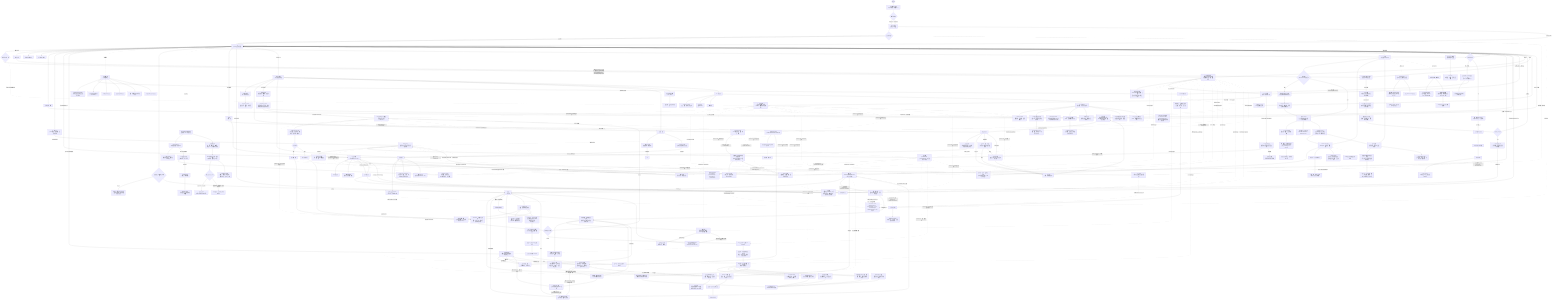
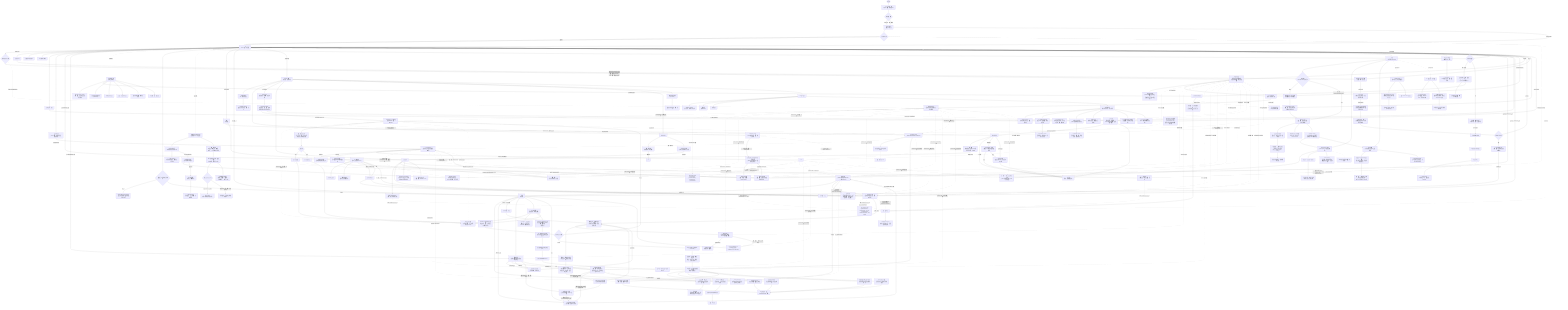
flowchart TD
    A([앱 실행]) --> LANG["기기 언어 자동 적용<br/>ko/ja/en 지원 · 미지원 시 en"]
    LANG --> B{최초 실행 여부}
    B -->|최초 실행| SPLASH["A1 스플래시<br/>브랜드 1회 노출"]
    SPLASH --> TOKEN{유효 계정 토큰?}
    TOKEN -->|없음| D["홈<br/>(Guest 모드 · 하단 탭)"]
    TOKEN -->|있음| D
    TOKEN -.->|계정·권한·구독 복원| SESSION["SESSION STATE<br/>accountLinked · permissionReady · locationReady · premiumActive"]
    TOKEN -.->|설정 복원| SETTINGS["SETTINGS STATE<br/>styleProfileSaved · selectedStyles · fit · age · locationManaged<br/>smartCareEnabled · alert toggles"]
    SPLASH -->|프리뷰 홈 이동| D
    D --> AUTHGATE{계정 필요 기능 탭?}
    AUTHGATE -->|계정 연결·코디 저장·옷장 저장·장소 저장·알림 추가·여행 저장·프리미엄·Weather Note 작성·날씨 제보 저장| AUTH2["A2 계정 연결<br/>계정 환경 기반 자동추천<br/>국가 선택 미노출 · 다른 방법 보기"]
    AUTH2 --> AUTH2s["계정 연결 상태<br/>(Route State에 호출 액션 유지<br/>검증용 정보는 실제 UI 비노출)"]
    AUTH2 -->|로그인 수단 선택| AUTH3["A3 약관 동의<br/>(필수 3종 + 선택 1종)"]
    AUTH2 -->|나중에| D
-     AUTH3 --> AUTH3s["약관 상태<br/>(필수 완료/대기 · 선택 ON/OFF · 원래 액션 복귀 예정)"]
-     AUTH3 -->|동의하고 계속 · 권한 미완료| C1["O3 앱 준비 권한<br/>(계정 직후 위치+알림 통합 요청)"]
-     AUTH3 -->|동의하고 계속 · 권한 완료| D
+     AUTH3 -->|동의하고 계속| AUTH3s["계정 설정 완료<br/>(필수 약관 완료 · 원래 기능 복귀 예정)"]
+     AUTH3 -->|일반 계정 연결 완료| D
    AUTH3s -.->|accountLinked 유지| SESSION
    AUTH3s -.->|실제 구현 원래 액션 복귀| AUTHGATE
    AUTH3s -.->|pendingAction=프리미엄 진입| SUB
    AUTH3s -.->|returnTo=P1 · resumeSave| P1s
    D -->|선택 온보딩| C[온보딩 시작]
    C --> CSTART["O1 선택 온보딩 스플래시<br/>(온보딩 시작 / 홈으로)"]
    CSTART -->|온보딩 시작| C0["온보딩 소개<br/>(4대 기능 한눈 비교 + 기능별 상세 안내)"]
    CSTART -->|홈으로| D
    C0 -->|알림 기준 보기| C4
-     C1 -->|위치·알림 허용 또는 나중에 설정| C2s["권한 상태<br/>(locationReady · permissionReady · 수동 위치/푸시 대기)"]
    C2["O3 권한 복구<br/>(설정 진입 시 필요한 권한만 재요청)"]
    C2 -->|허용 또는 나중에 설정| C2s
-     C1 -->|위치 거부| C1d["위치 거부 상태<br/>검색 위치·앱 내 안내 유지"]
+     C2 -->|위치 거부| C1d["위치 거부 상태<br/>검색 위치·앱 내 안내 유지"]
    C2 -->|알림 거부| C2d["알림 거부 상태<br/>푸시 제한 · M2/M3에서 재요청"]
    C2s -.->|locationReady · permissionReady 유지| SESSION
-     C2s -.->|계정 직후 권한 준비 완료| AUTH3s
+     C2s -.->|기능별 권한 복구 완료| AUTH3s
    C3["스타일 태그·코디 핏·추천 연령대 선택<br/>(MVP 온보딩 제외 · MY 설정 진입 전용)"]
    C3 --> C3s["추천 기준 상태<br/>(태그 수 · 핏 · 연령대 · READY/WAIT)"]
    C3s -.->|styleProfileSaved · selectedStyles · fit · age| SETTINGS
    C4["O5 스마트 알림 기준 설정<br/>(주 사용 상황 1개 선택 + 자동 적용 요약)"]
    C4 --> C4s["알아서 챙기기 상태<br/>(상황 · 필수 날씨 ON · 목적지 확장 예정)"]
    C4s --> C5{목적지 등록 선택}
    C5 -->|건너뛰기| D
    C5 -->|등록| C6["O6 목적지 등록<br/>(선택 설정 + 목적지 알림 기준 세분화)"]
    C6 -->|목적지 등록| I
    B -->|기존 사용자| SPLASH

    D --> D1[현재 날씨 정보 표시]
    D --> D2["시간별 / 주간 예보"]
    D --> D3[위치 검색 · 변경]
    D3 --> D3s["LOCATION STATE<br/>선택 위치 · 검색어 · Guest 임시 검색 · 계정 저장 상태"]
    D3s -.->|새 위치 저장| AUTH2
    AUTH3s -.->|returnTo=H2 · 위치 저장 완료| D3s
    D3s --> D
    D --> D0s["홈 상태 요약<br/>(Guest 열람 · 위치 정상 · 알림 설정 전)"]
    D0s -->|알림 설정 전 탭| C2
    D -->|홈 코디 추천 카드 탭| E1
    D -->|홈 AI 장소 추천 카드 탭| P3
    D -.->|벨 아이콘| K["알림 사이드바<br/>(우측 슬라이드)"]
    K --> Ks["NOTIFICATION STATE<br/>선택 알림 · 읽음/미읽음 · 딥링크 대상"]
    K -->|우산 추천 알림 탭| F

    D --> D4{강수 확률 높음?}
    D4 -->|예 + 미확인| D5["홈 화면에 우산 추천 카드 표시<br/>(실시간 의사결정 카드)"]
    D5 --> D5a["우산 추천 푸시/알림 이력<br/>(H3에 보관)"]
    D5 -->|카드 탭 · umbrellaSignalReviewed| F[우산 추천 상세 화면]
    F --> F1["추천 이유 · 시간대별 강수확률<br/>(강수량 · 지속시간 · 풍속 기준)"]
    F1 --> F2[우산 종류 비교]
    F2 --> Fs["UMBRELLA STATE<br/>추천 우산 · 강수 시간 · 알림 설정 전/준비"]
    F2 -.->|알림 설정 바로가기<br/>returnTo=H4 · alertFocus=umbrella| M2b
    M2b -.->|뒤로 · 알림 준비 반영| F2
    F -.->|열람 후 홈 복귀| D5b["홈 우산 카드는 숨김<br/>H3 알림 이력은 유지"]
    D5b --> D
    D4 -->|아니오| D

    D4 -->|예| D4a["강수 임박 필수 알림 발송<br/>(시작 시각 · 강도 · 그칠 시각)"]
    D4a -->|푸시알림 탭| D4b[강수 타임라인 화면]
    D4b --> D4c["30분 단위 강수량 차트"]
    D4c --> D4d[외출 가이드]
    D4d --> D4s["RAIN STATE<br/>시작/종료 시각 · 그침 알림 ON/OFF"]
    D4d -.->|알림 설정 바로가기<br/>returnTo=H5 · alertFocus=rain| M2c
    M2c -.->|뒤로 · 그침 알림 준비 반영| D4d

    D --> D6{알림 발송 시 목적지 등록 여부}
    D6 -->|미등록| D6a["Mode A: 생활 루틴 통합 알림<br/>(출근/외출 준비 + 자기 전 체크 자동 발송)"]
    D6 -->|등록함| I

    K --> K1["오늘의 외출 준비 알림<br/>(Mode A/B)"]
    K --> K2[비 예보 사전 알림]
    K --> K3["출발 · 신발 추천 알림"]
    K --> K4["자기 전 내일 날씨·코디 확인 알림"]
    K --> K5["폭염·한파·강풍 특보 알림"]

    D -.->|제보 버튼| CWR["커뮤니티 날씨 제보 CWR<br/>(홈 화면 · v2.0 · 독립 기능)"]
    CWR --> W1["W1 날씨 제보 홈<br/>(주변 제보 카드 · 보조 CTA)"]
    W1 --> W1s["CWR STATE<br/>미확정 주변 제보 · 상세 확인 · W2 진입"]
    W1 -->|지금 날씨 제보하기| W2["W2 탭 제보 화면<br/>(날씨 선택 · GPS 자동)"]
    W2 --> W2s["REPORT STATE<br/>선택 대기 · 위치 권한 · Guest/계정 제보 · 완료 처리"]
    W2s -.->|위치 권한 필요 · pendingAction=날씨 제보 저장| C2
    W2s -.->|배지/이력 저장| AUTH2
    C2s -.->|returnTo=W2 · GPS 제보 준비| W2s
    AUTH3s -.->|returnTo=W2 · 배지/이력 반영| W2s
    W2 -->|제보하기| W3["W3 제보 완료<br/>(신뢰도 · 배지 갱신)"]
    W3 --> W3s["BADGE STATE<br/>확정 제보 · 홈 오버레이 · 기여 레벨"]
    M --> W4["W4 제보 이력<br/>(MY · 반영 리포트)"]
    W4 --> W4s["HISTORY STATE<br/>제보 기록 · 확정률 · 지역 랭킹"]
    CWR --> CWR1["현재 날씨 선택<br/>☀ 맑음 · ⛅ 흐림 · 🌧 비 · 🌨 눈 · 💨 강풍 · 🌩 천둥번개"]
    CWR1 --> CWR2["GPS 위치 자동 감지 → 제보 완료<br/>(3초 이내 · 자동 만료 60분)"]
    CWR2 --> CWR3{신뢰도 검증 알고리즘}
    CWR3 -->|반경 500m · 3건 미만| CWR4["소프트 표시<br/>'주변 N명이 날씨 제보 중 👀'"]
    CWR3 -->|반경 500m · 3건 이상 + 기상청 정합| CWR5["확정 제보 → 홈 화면 오버레이 표시"]
    CWR2 --> CWR6["기여 배지 업데이트<br/>(새싹 → 관측자 → 리포터 → 동네 관측왕 → 날씨 도우미)"]

    D -->|하단 코디 탭| E["코디<br/>(하단 탭)"]
    E -->|내 옷장 관리 탭| E0[내 옷장 관리]
    E0 --> E0s["옷장 상태<br/>(아이템 수 · 필터 · Guest/계정 저장 상태 · 옷 추가)"]
    E0s -->|추천으로 복귀| E1
    E0 -->|+ 옷 등록| E0a["옷 등록<br/>(사진 · 카테고리 필수)"]
    E0 -.->|Guest 옷 추가·수정| AUTH2
    E0a --> E0a1["등록 상태<br/>(사진 선택 · 카테고리 · Guest/계정 저장 상태 · 저장 가능/대기)"]
    E0a1 -.->|Guest 옷 저장| AUTH2
    AUTH3s -.->|returnTo=C3 · 옷 저장 완료| E0a1
    E0a1 -->|저장 완료 후 옷장 복귀| E0
    E0 -->|아이템 탭| E0b["옷 목록 · 수정 · 삭제<br/>(수정은 C3 패턴 · 삭제 후 재계산)"]
    E0b -->|수정| E0a
    E0b -->|삭제| E0c
    E0 -->|등록 옷 없음| E0c["옷장 빈 상태<br/>(첫 옷 등록 CTA + 기본 룰 추천 안내)"]
    E0c --> E0a
    E --> E1["AI 코디 추천<br/>(날씨 근거형 Style Card)"]
    E1 --> E1s["추천 기준 상태<br/>(옷장 매칭 · 스타일 기준 · 저장 계정 필요)"]
    E1s -->|기준 수정 · returnTo=C1| C3
    C3 -.->|returnTo=C1 · styleProfileSaved| E1s
    E1s -.->|저장 계정 필요| AUTH2
    AUTH3s -.->|returnTo=C1 · 코디 저장 완료| E1s
    E1 --> E1a[추천 이유 설명]
    E1 --> E1b["대화형 재추천<br/>(채팅으로 스타일 요청)"]
    E1 -->|셔플 · outfitVariant 토글| E1s
    E1s -->|홈 복귀 · outfitVariant 유지| D
    E1 -->|코디 카드·상세 보기 탭| E2[코디 상세 보기]
    E2 -->|뒤로| E1
    E2 --> E2s["상세 상태<br/>(실제 의류 Outfit Hero · 시간대 착용 판단 · 재추천 반영 · 저장 전 · 공유 준비)"]
    E2s -->|C1 복귀 · outfitVariant 전달| E1
    E2s -->|홈 복귀 · outfitVariant 유지| D
    E2s -.->|저장 계정 필요| AUTH2
    E2 --> E3[코디 저장 / 공유]
    E3 -.->|계정 미연결 시 저장 탭| AUTH2
    AUTH3s -.->|returnTo=C4 · 코디 저장 완료| E2s

    D -->|하단 출발 탭| I["출발<br/>(하단 탭)"]
    I --> I0["오늘 알아서 챙기는 중<br/>(저장 목적지 요약 + 출발/신발/우산)"]
    I0 --> I0s["출발 상태<br/>(목적지 수 · 케어 ON 수 · 케어 적용 범위 · G2/P1 연결)"]
    I -->|목적지 카드 탭| G2["G2 목적지 알림 상세<br/>(날씨 비교 + 출발시간 역산)"]
    G2 -->|뒤로| I
    G2 --> G2s["케어 상태<br/>(GUEST/PERM/READY/ON + 다음 알림 요약)"]
    G2s -->|G1 목록으로| I
    G2s -->|알림 설정<br/>returnTo=G2 · alertFocus=destination| M2b
    G2s -.->|Guest 케어 ON · returnTo=G2| AUTH2
    G2s -.->|알림 권한 확인 · returnTo=G2| C2
    AUTH3s -.->|returnTo=G2 · destination 유지| G2s
    C2s -.->|returnTo=G2 · resumeCare| G2s
    M2b -.->|뒤로 · 목적지 컨텍스트 유지| G2s
    G2s -->|ON 저장| I4
    G2s -.->|공유 케어 상태 반영| I0
    I -->|검색창·+ 목적지 추가| I1[목적지 검색 · 추가]
    I1 --> P1["목적지 입력 · 카테고리 자동 인식<br/>(회사/학교/공항/숙소 + 장소 카테고리)"]
    P1 --> P1s["추가 상태<br/>(검색 결과 수 · 선택됨 · Guest/계정 저장 상태)"]
    P1s -->|검색 결과 없음| P1e["검색 없음 상태<br/>(전체 보기 · 재검색)"]
    P1s -.->|Guest 영구 저장| AUTH2
    P1s -->|계정 연결 후 목적지 알림에 추가| P1save["Saved Destination List<br/>(G1/P3 공통 목록 + Destination Care State ON)"]
    P1save --> I
    P1save -.-> P3
    P1 --> I2["출발지 vs 목적지 날씨 비교<br/>(기온 · 날씨 · 바람 · 강수 차이)"]
    I2 --> I3["출발시간 역산<br/>(이동수단 선택 + 도착 희망 직접 입력 − 소요시간 − 자동 여유시간)"]
    I3 --> I4["Mode B: 목적지 알림<br/>(출발 · 신발 · 우산 알림 자동 조정)"]
    I4 --> I5["출발 10분 전 신발 추천 알림"]
    I5 --> I6[출발 시각 알림]
    P1 --> P2["카테고리 전용 준비 가이드<br/>(등록 목적지 기반 확장)"]
    P2 --> P2s["준비 가이드 상태<br/>(등록 목적지 기준 · G2/P3 연결)"]
    P2s -->|목적지 알림 보기 · selectedDestination 유지| G2
    P2s -->|다른 목적지 보기 · 필터 목록 복귀| P3
    I --> P3["목적지 필터<br/>(카테고리별 목적지 알림/준비 가이드)"]
    P3 -->|필터 결과 없음| P3e["빈 카테고리 상태<br/>(목적지 추가 · 전체 보기)"]
    P3e -->|목적지 추가| P1
    P3e -->|전체 보기| P3
    P3 -->|목적지 카드 탭| P3a["목적지 상세 상태<br/>(날씨 비교 + 준비 가이드 + 계정/권한 gate + 목적지 알림 ON/OFF)"]
    P3a -->|선택 목적지·상태 유지해 준비 가이드 보기| P2
    P3a -->|선택 목적지·상태 유지해 출발 케어 상세| G2
    P3a -.->|Guest 케어 저장| AUTH2
    P3a -.->|알림 권한 확인| C2
    AUTH3s -.->|returnTo=P3 · 선택 목적지 유지| P3a
    C2s -.->|returnTo=P3 · 권한 상태 반영| P3a
    P3a -->|뒤로| P3
    P3a -->|ON 저장| I4
    P3a -.->|공유 케어 상태 반영| I0

    I --> I7["G3 여행 일정<br/>(출발 탭 내 · 여행 플래너)"]
    I7 --> I7s["여행 플래너 상태<br/>(프리미엄 활성 · 공유 준비 · 미구독 시 G6)"]
    I7s -.->|미구독 CTA · returnTo=G3| SUB
    SUB -.->|returnTo=G3 · 공유/일정 액션 계속| I7s
    I7 --> I7s1["Scenario 1 · 일상 이동<br/>대중교통 + 도보 혼합 → Mode A/B 알아서 챙기기"]
    I7 --> I7s2["Scenario 2 · 당일·단기 도보<br/>코스 날씨 타임라인 + WCI + 최적 출발 시점<br/>(무료 제공)"]
    I7 --> I7s3["Scenario 3 · 장거리 국토종주<br/>서울→부산, 도쿄→오사카 등<br/>(프리미엄 전용)"]

    I7s2 --> G4C["G4 도보여행 코스 선택<br/>(한국 코스 DB : 올레길·둘레길 등)"]
    G4C --> G4T["구간별 시간대 날씨 타임라인 (F2)"]
    G4T --> G4W["도보 컨디션 지수 WCI (F3)"]
    G4W --> G4O["날씨 창 + 최적 출발 시점 추천 (F4)"]
    G4O --> G4S["COURSE STATE<br/>(GUEST/PERM/READY/LIMIT/ON)"]
    G4S -.->|Guest 코스 저장| AUTH2
    G4S -.->|알림 권한 확인| C2
    G4S -.->|무료 2개 초과| SUB
    AUTH3s -.->|returnTo=G4 · 선택 코스 유지| G4S
    C2s -.->|returnTo=G4 · 권한 상태 반영| G4S
    SUB -.->|returnTo=G4 · 프리미엄 활성| G4S
    G4S --> G4M["코스 저장 + D-7 날씨 모니터링 (F5)"]
    G4M -.-> G4R["위험 기상 경보 (F6)"]

    I7s3 --> AI_GATE{프리미엄 구독 여부}
    AI_GATE -->|미구독| SUB["G6 프리미엄 구독 페이월<br/>월간 ₩2,900 / 연간 ₩19,900"]
    SUB --> SUB1["깊이 분리 모델 안내<br/>(기능 동일 · 무료=기본 · 프리미엄=한도 확대+개인화)"]
    SUB1 --> SUB2{구독 선택}
    SUB2 -->|월간| SUB3[월간 결제 완료]
    SUB2 -->|연간| SUB4[연간 결제 완료]
    SUB3 -.->|premiumActive 유지| SESSION
    SUB4 -.->|premiumActive 유지| SESSION
    SUB3 --> I7s3
    SUB4 --> I7s3

    AI_GATE -->|구독 중| AI1["G5 국토종주 AI 플래너 (F8 · Premium)"]
    AI1 --> AI2["출발지 → 목적지 + 여행 일수 입력<br/>(서울→부산, 도쿄→오사카 등 자유 설정)"]
    AI2 --> AI3["AI 모델 — 구간별·일자별 날씨 분석<br/>(최대 14일 예보)"]
    AI3 --> AI3s["AI PLAN STATE<br/>(프리미엄 활성 · 알림 권한 · 저장/공유 상태)"]
    AI3 --> AI4["날짜별 날씨 요약<br/>기온·강수확률·체감온도·바람"]
    AI3 --> AI5["일자별 코디 추천<br/>기온 레이어링 + 우산 필요 여부"]
    AI3 --> AI6["전체 짐 체크리스트 자동 생성<br/>방수 장비·옷 조합·보조 배터리 등"]
    AI3 --> AI7["날씨 악화 구간 경보<br/>일정 조정 또는 대피 숙박지 제안"]
    AI3 --> AI8["예보 업데이트 시 재분석 알림<br/>(여정 중 기상 변화 즉시 반영)"]
    AI8 -.->|권한 전 · returnTo=G5| C2
    C2s -.->|returnTo=G5 · AI 플랜 알림/저장 계속| AI1
    AI4 & AI5 & AI6 & AI7 & AI8 --> AI9["AI 플랜 저장 · 공유<br/>(SAVED/SHARED 상태)"]

    D -->|하단 MY 탭| M["M1 MY 메인<br/>(하단 탭 · 설정 허브)"]
    D -->|하단 소셜 탭| S["소셜<br/>(하단 탭 · ON Square)"]
    M --> M0["PROFILE STATE<br/>Guest/계정 연결 · 플랜 · 최근 선택"]
    M0 -.->|Guest 계정 필요 액션| AUTH2
    M0 -->|스타일 태그 설정 · returnTo=M1| C3
    C3 -.->|returnTo=M1 · styleProfileSaved| M0
    M -->|프로필 편집| A4m["A4 계정 관리<br/>(연결 계정 · 데이터 · 위험 액션)"]
    A4m --> A4s["ACCOUNT STATE<br/>연결 계정 · 구독 활성 · 데이터 내보내기 · 위험 액션 확인"]
    A4s -->|구독 관리 · returnTo=A4| SUB
    A4s -->|로그아웃/탈퇴 확정| SIGNOUT["SESSION STATE 해제<br/>accountLinked=false · premiumActive=false<br/>계정 기반 저장/케어 데이터 초기화"]
    SIGNOUT -->|Guest 홈 복귀| D
    M --> M2[알림 설정]
    M2 --> M2a["스마트 알림 ON/OFF<br/>(권한 · 발송 상태 태그 2개)"]
    M2 --> M2q["빠른 액션<br/>(권한 관리 · 테스트 알림)"]
    M2 --> M2b["알림 종류 3행<br/>(필수 날씨 · 생활 루틴 · 목적지 출발)"]
    M2 --> M2c["고급 설정<br/>(세부 토글 · 피로도 제한 접힘)"]
    M2a & M2b & M2c -.->|스마트 알림/고급 토글 유지| SETTINGS
    M2 --> M2x["SHORTCUT CONTEXT<br/>(H4/H5/G2 진입 시 우산·비·목적지 알림 맥락 표시)"]
    M2q -->|권한 관리 · returnTo=M2| C2
    C2s -.->|returnTo=M2 · 알림 설정 복귀| M2q
    M2b -->|목적지 미등록| P1
    M2b -.->|목적지 저장/발송은 계정 필요| AUTH2
    AUTH3s -.->|returnTo=M2 · 알림 설정 복귀| M2b
    M --> M4["앱 권한 관리"]
    M4 --> M4a["위치 권한 상태<br/>(현재 위치 · 수동 위치)"]
    M4 --> M4b["알림 권한 상태<br/>(스마트 알림 · 테스트 알림)"]
    M4a -->|위치 변경| H2
    M4b -->|알림 설정| M2
    SUB -.->|returnTo=M1/A4 · premiumActive| M0
    M2 --> M2e["제보 알림 구독<br/>(저장 장소 · Premium · v2.0)"]
    M --> M5["커뮤니티 제보 이력<br/>(F6 · v2.1)"]
    M5 --> M5a["제보 기록 · 확정률 · 지역 랭킹"]
    M --> Z["M3 표시 설정"]
    Z --> Zs["DISPLAY STATE<br/>온도 · 거리 · 테마 · 투명 효과"]
    Z --> Z1["단위 설정<br/>(섭씨, m/km)"]
    Z --> Z3[테마 설정]
    Z --> R1["R1 정책 허브<br/>(개인정보 · 약관 · 광고 설정)"]
    R1 --> R1s["POLICY STATE<br/>선택 정책 · 문서 허브 · 설정 재진입"]
    R1 --> R2["R2 개인정보처리방침<br/>(광고 SDK · 위치정보 · 이용자 권리)"]
    R2 --> R2s["DOCUMENT STATE<br/>문서 타입 · 섹션 수 · A3 약관 동일 본문"]
    R1 --> R3["R3 광고 동의 관리<br/>(UMP · 맞춤/비개인화 광고)"]
    R3 --> R3s["CONSENT STATE<br/>동의 대기 · 맞춤 광고 · 비개인화 · 옵션 확인"]
    R1 --> R5["R5 이용약관<br/>(서비스 범위 · 회원/게스트 · 면책)"]
    R1 --> R6["R6 위치기반서비스 이용약관<br/>(현재 위치 · 목적지 · 동의 철회)"]
    R1 --> R7["R7 오픈소스 라이선스<br/>(SDK · 패키지 라이선스 고지)"]
    D --> R4["R4 홈 광고 배치<br/>(네이티브 AD 슬롯)"]
    R4 --> R4s["AD STATE<br/>AD 라벨 · 구분선 · 클릭/노출 상태"]

    %% ── 소셜 탭 · ON Square ──────────────────────────────────────────────────
    S --> S0{최초 진입?<br/>ON Square Lite · 런칭 동시}
    S0 -->|최초| S0a["대표 마스코트 자동 부여<br/>원소 컴패니언 6종 미리보기"]
    S0a --> S0s["ON SQUARE STATE<br/>최초 진입 · 대표 부여 · 선택 컴패니언 미리보기"]
    S0s --> S1
    S0 -->|기존| S1["내 ON Square<br/>(오늘 미션 · 대표 마스코트 · 동행 컴패니언)"]
    S1 --> S1q["오늘의 날씨 미션<br/>체크인 · 제보 · 공감 중 1개 추천"]
    S1 --> S1m["대표 마스코트 상태 합성<br/>Base Idle + Weather + Event One-shot"]
    S1q --> S1a["1탭 체크인 → 컴패니언 반응 · XP/포인트 즉시 반영<br/>(폭우 → Rain / 35°C↑ → Solar 등)"]
    S1 --> S1s["SQUARE STATE<br/>오늘 미션 · 체크인 · 동네 도움 지표 · Note/리액션 진입"]
    S1a --> S1b["희귀 기상 이벤트 → 레어 배지 드랍"]

    S --> S2["Weather Note 지도<br/>(ON Square 도시 맵 위 실황 핀)"]
    S1s --> S2
    S2 --> S2a["핀 작성 — 날씨 + 로컬 메모 입력<br/>(GPS 위치 자동 태그 · 24시간 후 만료)"]
    S2a -.->|Guest 작성 탭| AUTH2
    S2a -.->|위치 권한 필요| C2
    AUTH3s -.->|returnTo=S2 · 작성 준비 완료| S2a
    C2s -.->|returnTo=S2 · 위치 제보 준비| S2a
    S2 --> S2b["핀 읽기 → '도움됨' 1탭 반응"]
    S2 --> S2s["NOTE STATE<br/>읽기 가능 · 작성 계정 필요 · 위치 제보 권한 필요 · 도움 지수"]
    S2b --> S2c["도움됨 누적 → 지역 도움 지수 상승 · 포인트 피드백"]
    S2 -.-> S2d["CWR(커뮤니티 날씨 제보)와 연계"]

    S --> S3["날씨 리액션<br/>(익명 연대 · 동일 날씨 유저 대상)"]
    S1s --> S3
    S3 --> S3a["현재 날씨 기반 리액션 자동 생성<br/>(폭우 '다들 고생중' / 폭염 '더위 연대' 등)"]
    S3a --> S3b["1탭 공감 → 익명 집계 + 컴패니언 보상 피드백<br/>'이 도시 N명이 같은 날씨 중'"]
    S3 --> S3s["REACTION STATE<br/>도시 선택 · 공감 전/완료 · 익명 동행 · 보상 반영"]

    S -.->|출시 후 v1.1| S4["Weather Mail<br/>(날씨 조건 트리거 타임캡슐)"]
    S4 --> S4a["메일 작성 + 수신 조건 설정<br/>(예: '다음 폭설 날 도착' / '1년 후 오늘')"]
    S4a --> S4b["날씨 API 트리거 → 조건 충족 시 자동 발송"]
    S4 --> S4c["받은 Weather Mail 보관함"]

    S -.->|출시 후 v1.1| S5["CP 적립 현황 / 아이템샵"]
    S5 --> S5a["CP 잔액 · 적립 내역<br/>(날씨 체크인 · Weather Note · 리액션 기여)"]
    S5 --> S5b["코스메틱 아이템샵<br/>(캐릭터 스킨 · 배지 · 이모트 · Pay-to-Win 없음)"]
    S5b --> S5c["CP 사용 또는 무료 획득 아이템 선택"]
